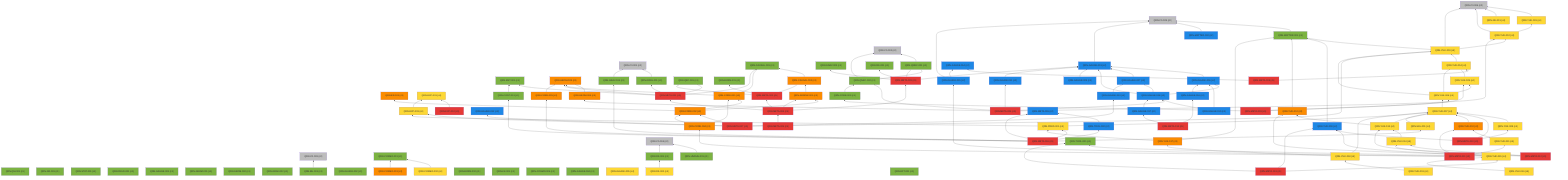
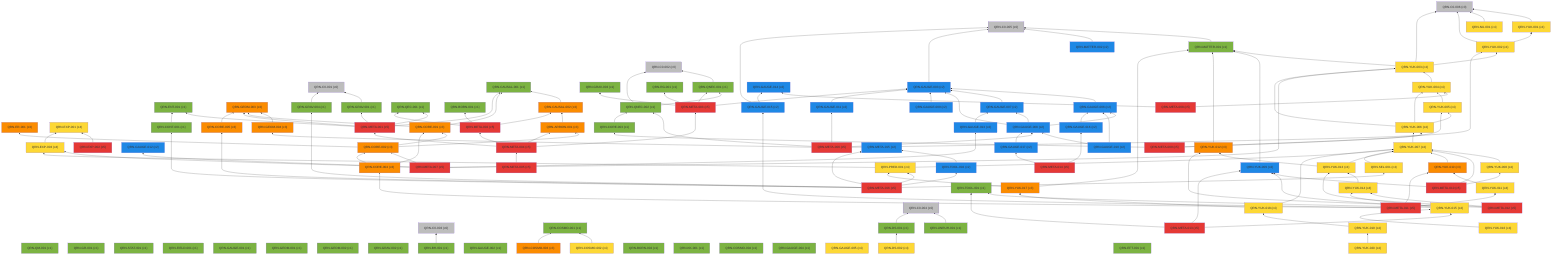
%% 自動生成 (dag/report.pl) — QRN 主張依存グラフ
graph BT
  QRN_C0_001["QRN-C0-001 (c0)"]:::c0
  QRN_C0_002["QRN-C0-002 (c0)"]:::c0
  QRN_C0_003["QRN-C0-003 (c0)"]:::c0
  QRN_C0_004["QRN-C0-004 (c0)"]:::c0
  QRN_C0_005["QRN-C0-005 (c0)"]:::c0
  QRN_C0_006["QRN-C0-006 (c0)"]:::c0
  QRN_QM_001["QRN-QM-001 (c1)"]:::c1
  QRN_GR_001["QRN-GR-001 (c1)"]:::c1
  QRN_STAT_001["QRN-STAT-001 (c1)"]:::c1
  QRN_FIELD_001["QRN-FIELD-001 (c1)"]:::c1
  QRN_GAUGE_001["QRN-GAUGE-001 (c1)"]:::c1
  QRN_ENT_001["QRN-ENT-001 (c1)"]:::c1
  QRN_GEOM_001["QRN-GEOM-001 (c1)"]:::c1
  QRN_GEOM_002["QRN-GEOM-002 (c1)"]:::c1
  QRN_GEOM_003["QRN-GEOM-003 (c3)"]:::c3
  QRN_GRAV_001["QRN-GRAV-001 (c1)"]:::c1
  QRN_GRAV_002["QRN-GRAV-002 (c1)"]:::c1
  QRN_BH_001["QRN-BH-001 (c1)"]:::c1
  QRN_CAUSAL_001["QRN-CAUSAL-001 (c1)"]:::c1
  QRN_CAUSAL_002["QRN-CAUSAL-002 (c3)"]:::c3
  QRN_ER_001["QRN-ER-001 (c3)"]:::c3
  QRN_QEC_001["QRN-QEC-001 (c1)"]:::c1
  QRN_GAUGE_002["QRN-GAUGE-002 (c1)"]:::c1
  QRN_COSMO_001["QRN-COSMO-001 (c1)"]:::c1
  QRN_COSMO_002["QRN-COSMO-002 (c4)"]:::c4
  QRN_COSMO_003["QRN-COSMO-003 (c3)"]:::c3
  QRN_BORN_001["QRN-BORN-001 (c1)"]:::c1
  QRN_BORN_002["QRN-BORN-002 (c1)"]:::c1
  QRN_GRAV_003["QRN-GRAV-003 (c1)"]:::c1
  QRN_KK_001["QRN-KK-001 (c1)"]:::c1
  QRN_MATTER_001["QRN-MATTER-001 (c1)"]:::c1
  QRN_MATTER_002["QRN-MATTER-002 (c2)"]:::c2
  QRN_COSMO_004["QRN-COSMO-004 (c1)"]:::c1
  QRN_EXP_001["QRN-EXP-001 (c4)"]:::c4
  QRN_GAUGE_003["QRN-GAUGE-003 (c2)"]:::c2
  QRN_GAUGE_004["QRN-GAUGE-004 (c1)"]:::c1
  QRN_GAUGE_005["QRN-GAUGE-005 (c4)"]:::c4
  QRN_YUK_001["QRN-YUK-001 (c4)"]:::c4
  QRN_RG_001["QRN-RG-001 (c1)"]:::c1
  QRN_UNRUH_001["QRN-UNRUH-001 (c1)"]:::c1
  QRN_QNEC_001["QRN-QNEC-001 (c1)"]:::c1
  QRN_NU_001["QRN-NU-001 (c4)"]:::c4
  QRN_GAUGE_006["QRN-GAUGE-006 (c2)"]:::c2
  QRN_DS_001["QRN-DS-001 (c1)"]:::c1
  QRN_DS_002["QRN-DS-002 (c4)"]:::c4
  QRN_ARROW_001["QRN-ARROW-001 (c3)"]:::c3
  QRN_GAUGE_007["QRN-GAUGE-007 (c2)"]:::c2
  QRN_EFT_001["QRN-EFT-001 (c1)"]:::c1
  QRN_GAUGE_008["QRN-GAUGE-008 (c2)"]:::c2
  QRN_GAUGE_009["QRN-GAUGE-009 (c2)"]:::c2
  QRN_GAUGE_010["QRN-GAUGE-010 (c2)"]:::c2
  QRN_QNEC_002["QRN-QNEC-002 (c1)"]:::c1
  QRN_GEOM_004["QRN-GEOM-004 (c3)"]:::c3
  QRN_YUK_002["QRN-YUK-002 (c4)"]:::c4
  QRN_EXP_002["QRN-EXP-002 (c5)"]:::c5
  QRN_CORE_001["QRN-CORE-001 (c3)"]:::c3
  QRN_GAUGE_011["QRN-GAUGE-011 (c2)"]:::c2
  QRN_GAUGE_012["QRN-GAUGE-012 (c2)"]:::c2
  QRN_YUK_003["QRN-YUK-003 (c4)"]:::c4
  QRN_EXP_003["QRN-EXP-003 (c4)"]:::c4
  QRN_CORE_002["QRN-CORE-002 (c3)"]:::c3
  QRN_GAUGE_013["QRN-GAUGE-013 (c2)"]:::c2
  QRN_YUK_004["QRN-YUK-004 (c4)"]:::c4
  QRN_GAUGE_014["QRN-GAUGE-014 (c2)"]:::c2
  QRN_META_001["QRN-META-001 (c5)"]:::c5
  QRN_META_002["QRN-META-002 (c5)"]:::c5
  QRN_META_003["QRN-META-003 (c5)"]:::c5
  QRN_META_004["QRN-META-004 (c5)"]:::c5
  QRN_META_005["QRN-META-005 (c5)"]:::c5
  QRN_META_006["QRN-META-006 (c5)"]:::c5
  QRN_META_007["QRN-META-007 (c5)"]:::c5
  QRN_META_008["QRN-META-008 (c5)"]:::c5
  QRN_YUK_005["QRN-YUK-005 (c4)"]:::c4
  QRN_YUK_006["QRN-YUK-006 (c4)"]:::c4
  QRN_CORE_003["QRN-CORE-003 (c1)"]:::c1
  QRN_META_009["QRN-META-009 (c5)"]:::c5
  QRN_YUK_007["QRN-YUK-007 (c4)"]:::c4
  QRN_YUK_008["QRN-YUK-008 (c4)"]:::c4
  QRN_YUK_009["QRN-YUK-009 (c2)"]:::c2
  QRN_META_010["QRN-META-010 (c5)"]:::c5
  QRN_GAUGE_015["QRN-GAUGE-015 (c2)"]:::c2
  QRN_YUK_010["QRN-YUK-010 (c3)"]:::c3
  QRN_YUK_011["QRN-YUK-011 (c4)"]:::c4
  QRN_CORE_004["QRN-CORE-004 (c3)"]:::c3
  QRN_META_011["QRN-META-011 (c5)"]:::c5
  QRN_YUK_012["QRN-YUK-012 (c3)"]:::c3
  QRN_YUK_013["QRN-YUK-013 (c4)"]:::c4
  QRN_YUK_014["QRN-YUK-014 (c4)"]:::c4
  QRN_META_012["QRN-META-012 (c5)"]:::c5
  QRN_TOOL_001["QRN-TOOL-001 (c1)"]:::c1
  QRN_YUK_015["QRN-YUK-015 (c4)"]:::c4
  QRN_META_013["QRN-META-013 (c5)"]:::c5
  QRN_GAUGE_016["QRN-GAUGE-016 (c2)"]:::c2
  QRN_GAUGE_017["QRN-GAUGE-017 (c2)"]:::c2
  QRN_META_014["QRN-META-014 (c5)"]:::c5
  QRN_META_015["QRN-META-015 (c2)"]:::c2
  QRN_TOOL_002["QRN-TOOL-002 (c2)"]:::c2
  QRN_CORE_005["QRN-CORE-005 (c3)"]:::c3
  QRN_CONT_001["QRN-CONT-001 (c1)"]:::c1
  QRN_SEL_001["QRN-SEL-001 (c4)"]:::c4
  QRN_GRAV_004["QRN-GRAV-004 (c1)"]:::c1
  QRN_PRED_001["QRN-PRED-001 (c4)"]:::c4
  QRN_META_016["QRN-META-016 (c5)"]:::c5
  QRN_YUK_016["QRN-YUK-016 (c4)"]:::c4
  QRN_YUK_017["QRN-YUK-017 (c3)"]:::c3
  QRN_YUK_018["QRN-YUK-018 (c4)"]:::c4
  QRN_YUK_019["QRN-YUK-019 (c4)"]:::c4
+   QRN_YUK_020["QRN-YUK-020 (c4)"]:::c4
  QRN_GRAV_001 --> QRN_C0_001
  QRN_BH_001 --> QRN_C0_003
  QRN_CAUSAL_002 --> QRN_CAUSAL_001
  QRN_COSMO_002 --> QRN_COSMO_001
  QRN_COSMO_003 --> QRN_COSMO_001
  QRN_MATTER_001 --> QRN_C0_005
  QRN_MATTER_002 --> QRN_C0_005
  QRN_GAUGE_003 --> QRN_C0_005
  QRN_YUK_001 --> QRN_C0_006
  QRN_UNRUH_001 --> QRN_C0_004
  QRN_QNEC_001 --> QRN_C0_002
  QRN_NU_001 --> QRN_C0_006
  QRN_GAUGE_006 --> QRN_GAUGE_003
  QRN_DS_001 --> QRN_C0_004
  QRN_DS_002 --> QRN_DS_001
  QRN_ARROW_001 --> QRN_CAUSAL_002
  QRN_GAUGE_007 --> QRN_GAUGE_003
  QRN_GAUGE_008 --> QRN_GAUGE_003
  QRN_GAUGE_008 --> QRN_GAUGE_006
  QRN_GAUGE_008 --> QRN_GAUGE_007
  QRN_GAUGE_009 --> QRN_GAUGE_003
  QRN_GAUGE_010 --> QRN_GAUGE_006
  QRN_GAUGE_010 --> QRN_GAUGE_008
  QRN_QNEC_002 --> QRN_C0_002
  QRN_QNEC_002 --> QRN_QNEC_001
  QRN_GEOM_004 --> QRN_GEOM_003
  QRN_YUK_002 --> QRN_C0_006
  QRN_YUK_002 --> QRN_YUK_001
  QRN_EXP_002 --> QRN_EXP_001
  QRN_CORE_001 --> QRN_GEOM_003
  QRN_CORE_001 --> QRN_CAUSAL_001
  QRN_GAUGE_011 --> QRN_GAUGE_003
  QRN_YUK_003 --> QRN_C0_006
  QRN_YUK_003 --> QRN_MATTER_001
  QRN_YUK_003 --> QRN_YUK_002
  QRN_EXP_003 --> QRN_EXP_001
  QRN_CORE_002 --> QRN_CORE_001
  QRN_CORE_002 --> QRN_ER_001
  QRN_CORE_002 --> QRN_ARROW_001
  QRN_GAUGE_013 --> QRN_GAUGE_007
  QRN_YUK_004 --> QRN_YUK_003
  QRN_META_001 --> QRN_GEOM_003
  QRN_META_001 --> QRN_GRAV_001
  QRN_META_001 --> QRN_CAUSAL_001
  QRN_META_001 --> QRN_QEC_001
  QRN_META_001 --> QRN_ENT_001
  QRN_META_002 --> QRN_QEC_001
  QRN_META_002 --> QRN_BORN_001
  QRN_META_002 --> QRN_CAUSAL_002
  QRN_META_003 --> QRN_GAUGE_003
  QRN_META_003 --> QRN_RG_001
  QRN_META_003 --> QRN_QNEC_001
  QRN_META_003 --> QRN_GRAV_003
  QRN_META_004 --> QRN_META_001
  QRN_META_004 --> QRN_META_002
  QRN_META_004 --> QRN_META_003
  QRN_META_004 --> QRN_ARROW_001
  QRN_META_005 --> QRN_META_004
  QRN_META_006 --> QRN_GAUGE_008
  QRN_META_006 --> QRN_QNEC_002
  QRN_META_006 --> QRN_GEOM_004
  QRN_META_006 --> QRN_YUK_002
  QRN_META_006 --> QRN_GAUGE_011
  QRN_META_007 --> QRN_GAUGE_012
  QRN_META_007 --> QRN_YUK_003
  QRN_META_007 --> QRN_EXP_003
  QRN_META_007 --> QRN_CORE_002
  QRN_META_007 --> QRN_GAUGE_013
  QRN_META_008 --> QRN_YUK_004
  QRN_META_008 --> QRN_GAUGE_014
  QRN_YUK_005 --> QRN_YUK_004
  QRN_YUK_006 --> QRN_YUK_003
  QRN_YUK_006 --> QRN_YUK_004
  QRN_YUK_006 --> QRN_YUK_005
  QRN_CORE_003 --> QRN_QNEC_002
  QRN_META_009 --> QRN_YUK_005
  QRN_META_009 --> QRN_YUK_006
  QRN_META_009 --> QRN_CORE_003
  QRN_YUK_007 --> QRN_YUK_006
  QRN_YUK_008 --> QRN_YUK_007
  QRN_YUK_009 --> QRN_MATTER_001
  QRN_META_010 --> QRN_YUK_007
  QRN_META_010 --> QRN_YUK_008
  QRN_META_010 --> QRN_YUK_009
  QRN_GAUGE_015 --> QRN_C0_005
  QRN_GAUGE_015 --> QRN_GAUGE_014
  QRN_YUK_010 --> QRN_YUK_007
  QRN_YUK_011 --> QRN_YUK_010
  QRN_CORE_004 --> QRN_CORE_001
  QRN_CORE_004 --> QRN_CORE_002
  QRN_META_011 --> QRN_GAUGE_015
  QRN_META_011 --> QRN_YUK_010
  QRN_META_011 --> QRN_YUK_011
  QRN_META_011 --> QRN_CORE_004
  QRN_YUK_012 --> QRN_MATTER_001
  QRN_YUK_013 --> QRN_YUK_012
  QRN_YUK_013 --> QRN_YUK_007
  QRN_YUK_014 --> QRN_YUK_013
  QRN_META_012 --> QRN_YUK_012
  QRN_META_012 --> QRN_YUK_013
  QRN_META_012 --> QRN_YUK_014
  QRN_YUK_015 --> QRN_YUK_014
  QRN_YUK_015 --> QRN_TOOL_001
  QRN_YUK_015 --> QRN_YUK_009
  QRN_META_013 --> QRN_YUK_015
  QRN_META_013 --> QRN_TOOL_001
  QRN_META_013 --> QRN_YUK_009
  QRN_GAUGE_016 --> QRN_GAUGE_006
  QRN_GAUGE_017 --> QRN_GAUGE_008
  QRN_META_014 --> QRN_GAUGE_016
  QRN_META_014 --> QRN_GAUGE_017
  QRN_TOOL_002 --> QRN_META_015
  QRN_CORE_005 --> QRN_GEOM_003
  QRN_CONT_001 --> QRN_ENT_001
  QRN_SEL_001 --> QRN_YUK_007
  QRN_GRAV_004 --> QRN_C0_001
  QRN_PRED_001 --> QRN_YUK_007
  QRN_PRED_001 --> QRN_EXP_003
  QRN_META_016 --> QRN_META_015
  QRN_META_016 --> QRN_TOOL_002
  QRN_META_016 --> QRN_CORE_005
  QRN_META_016 --> QRN_CONT_001
  QRN_META_016 --> QRN_SEL_001
  QRN_META_016 --> QRN_GRAV_004
  QRN_META_016 --> QRN_PRED_001
  QRN_YUK_016 --> QRN_YUK_015
  QRN_YUK_017 --> QRN_MATTER_001
  QRN_YUK_017 --> QRN_PRED_001
  QRN_YUK_018 --> QRN_YUK_017
  QRN_YUK_018 --> QRN_YUK_007
  QRN_YUK_019 --> QRN_YUK_018
+   QRN_YUK_020 --> QRN_YUK_019
  classDef c0 fill:#bdbdbd
  classDef c1 fill:#7cb342
  classDef c2 fill:#1e88e5
  classDef c3 fill:#fb8c00
  classDef c4 fill:#fdd835
  classDef c5 fill:#e53935
